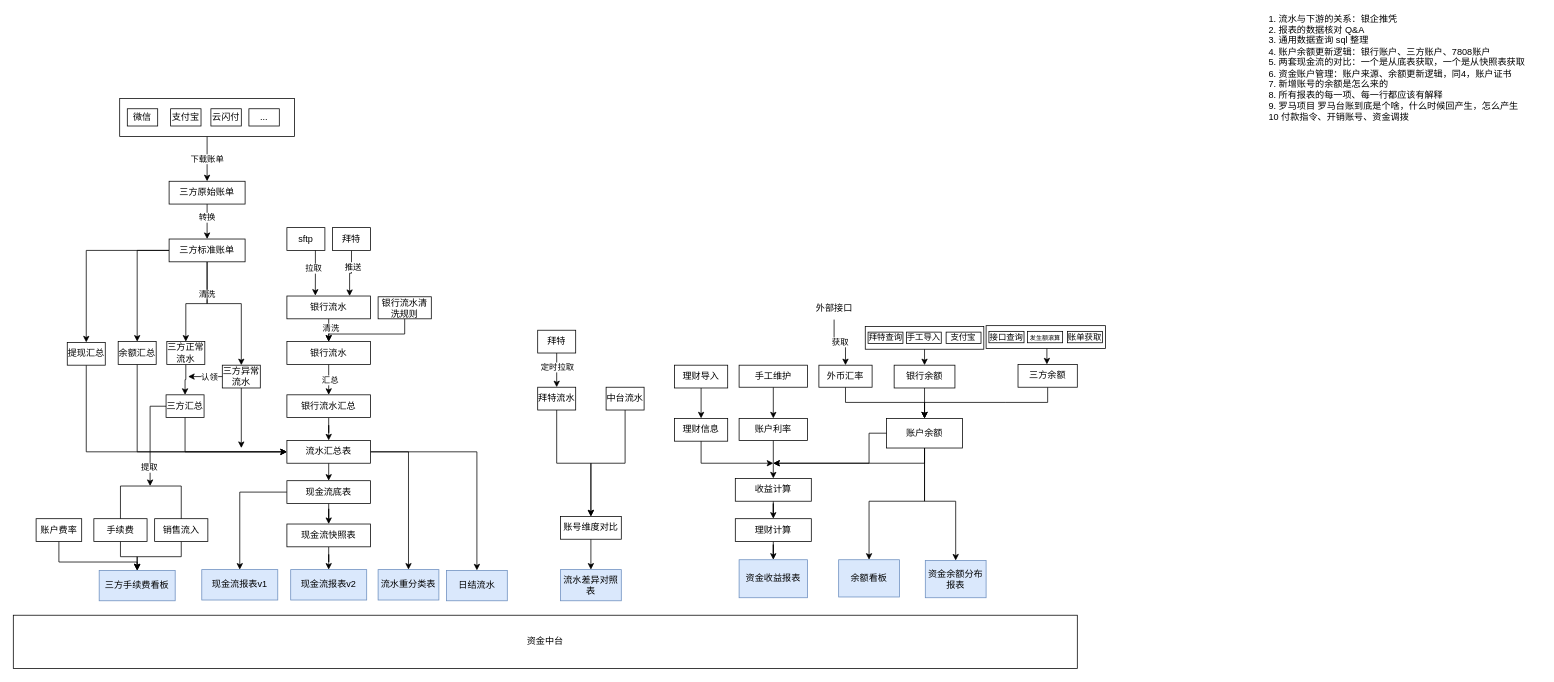
The draw.io diagram page "银行总体概况" (2 of 7) of 流程图/work_bankFlow.drawio in 491705331/personal-notes, before the edit. Source tidied: cells renumbered, new cells numbered last; positions are measured from the earlier drawing's top-left corner, leaving out a move shared by most shapes. Both pictures are drawn from the tidied source at 76%, with x=0, y=0 at pixel (13, 14).
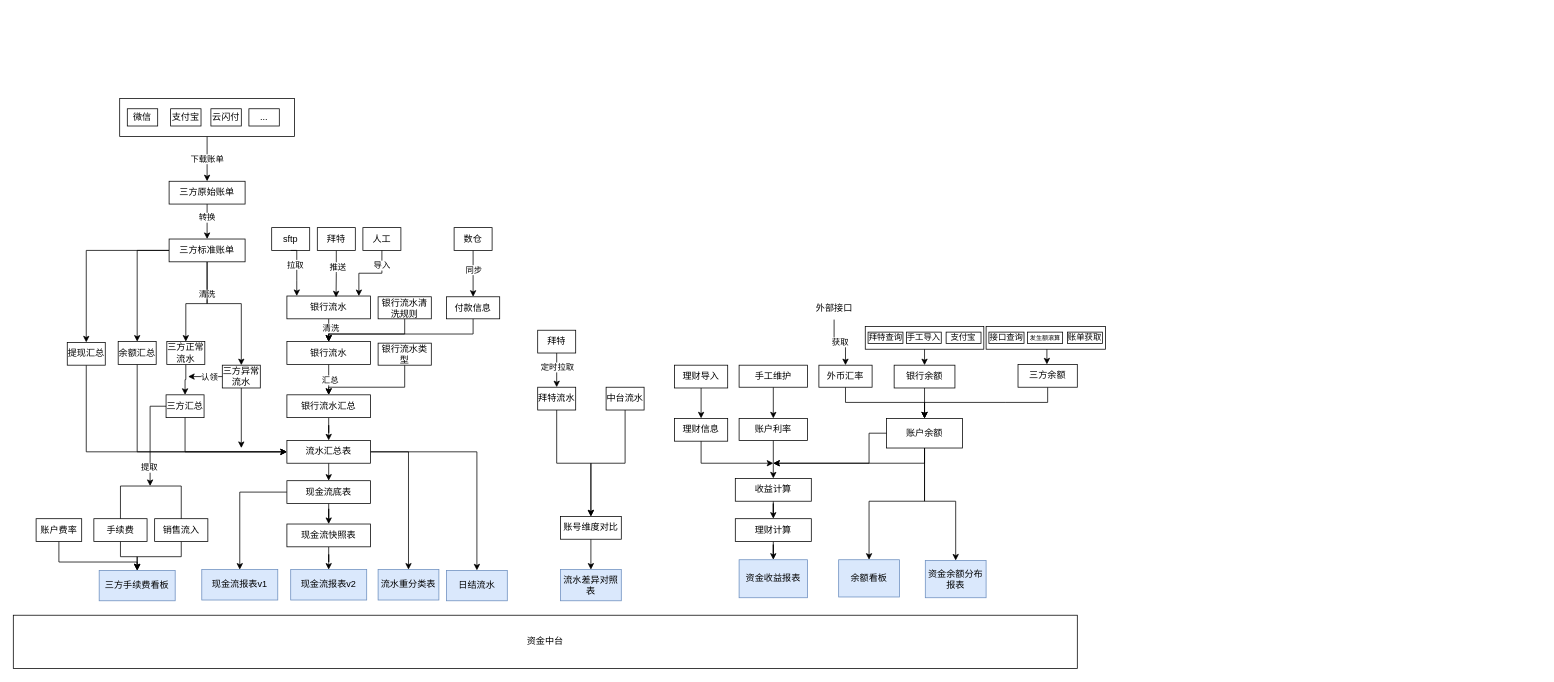
The same diagram, later.

The change refers to these unchanged cells:
```xml
<mxCell id="18" value="银行流水" style="rounded=0;whiteSpace=wrap;html=1;" parent="1" vertex="1">
  <mxGeometry x="360" y="370" width="110" height="30" as="geometry" />
</mxCell>
<mxCell id="42" value="银行流水" style="rounded=0;whiteSpace=wrap;html=1;" parent="1" vertex="1">
  <mxGeometry x="360" y="430" width="110" height="30" as="geometry" />
</mxCell>
<mxCell id="44" value="银行流水汇总" style="rounded=0;whiteSpace=wrap;html=1;" parent="1" vertex="1">
  <mxGeometry x="360" y="500" width="110" height="30" as="geometry" />
</mxCell>
```

Change to the diagram source:
```diff
@@
-    <mxCell id="29" style="edgeStyle=orthogonalEdgeStyle;rounded=0;jettySize=auto;html=1;entryX=0.75;entryY=0;entryDx=0;entryDy=0;" parent="1" edge="1" source="31" target="18">
+    <mxCell id="29" style="edgeStyle=orthogonalEdgeStyle;rounded=0;jettySize=auto;html=1;entryX=0.588;entryY=0.058;entryDx=0;entryDy=0;entryPerimeter=0;" parent="1" edge="1" source="31" target="18">
       <mxGeometry relative="1" as="geometry" />
     </mxCell>
@@
     <mxCell id="31" value="拜特" style="rounded=0;whiteSpace=wrap;html=1;" parent="1" vertex="1">
-      <mxGeometry x="420" y="280" width="50" height="30" as="geometry" />
+      <mxGeometry x="400" y="280" width="50" height="30" as="geometry" />
     </mxCell>
     <mxCell id="32" value="sftp" style="rounded=0;whiteSpace=wrap;html=1;" parent="1" vertex="1">
-      <mxGeometry x="360" y="280" width="50" height="30" as="geometry" />
+      <mxGeometry x="340" y="280" width="50" height="30" as="geometry" />
     </mxCell>
-    <mxCell id="33" style="edgeStyle=orthogonalEdgeStyle;rounded=0;jettySize=auto;html=1;exitX=0.75;exitY=1;exitDx=0;exitDy=0;entryX=0.34;entryY=-0.016;entryDx=0;entryDy=0;entryPerimeter=0;" parent="1" edge="1" source="32" target="18">
-      <mxGeometry relative="1" as="geometry" />
+    <mxCell id="33" style="edgeStyle=orthogonalEdgeStyle;rounded=0;jettySize=auto;html=1;exitX=0.5;exitY=1;exitDx=0;exitDy=0;" parent="1" edge="1" source="32">
+      <mxGeometry relative="1" as="geometry">
+        <mxPoint x="373" y="370" as="targetPoint" />
+        <Array as="points">
+          <mxPoint x="373" y="350" />
+          <mxPoint x="373" y="350" />
+        </Array>
+      </mxGeometry>
     </mxCell>
@@
-    <mxCell id="67" value="1. 流水与下游的关系：银企推凭&lt;div&gt;2. 报表的数据核对 Q&amp;amp;A&lt;/div&gt;&lt;div&gt;3. 通用数据查询 sql 整理&lt;/div&gt;&lt;div&gt;4. 账户余额更新逻辑：银行账户、三方账户、7808账户&lt;/div&gt;&lt;div&gt;5. 两套现金流的对比：一个是从底表获取，一个是从快照表获取&lt;/div&gt;&lt;div&gt;6. 资金账户管理：账户来源、余额更新逻辑，同4，账户证书&lt;/div&gt;&lt;div&gt;7. 新增账号的余额是怎么来的&lt;/div&gt;&lt;div&gt;8. 所有报表的每一项、每一行都应该有解释&lt;/div&gt;&lt;div&gt;9. 罗马项目 罗马台账到底是个啥，什么时候回产生，怎么产生&lt;/div&gt;&lt;div&gt;10 付款指令、开销账号、资金调拨&lt;/div&gt;" style="text;html=1;align=left;verticalAlign=middle;strokeColor=none;fillColor=none;" parent="1" vertex="1">
-      <mxGeometry x="1650" width="360" height="140" as="geometry" />
-    </mxCell>
@@
     <mxCell id="106" style="group;" parent="1" vertex="1">
-      <mxGeometry x="1280" y="409" width="157" height="30" as="geometry" />
+      <mxGeometry x="1280" y="410" width="157" height="30" as="geometry" />
     </mxCell>
@@
+    <mxCell id="121" style="edgeStyle=orthogonalEdgeStyle;rounded=0;jettySize=auto;html=1;entryX=0.5;entryY=0;entryDx=0;entryDy=0;" parent="1" edge="1" source="122" target="44">
+      <mxGeometry relative="1" as="geometry">
+        <Array as="points">
+          <mxPoint x="515" y="490" />
+          <mxPoint x="415" y="490" />
+        </Array>
+      </mxGeometry>
+    </mxCell>
+    <mxCell id="122" value="银行流水类型" style="rounded=0;whiteSpace=wrap;html=1;" parent="1" vertex="1">
+      <mxGeometry x="480" y="432" width="70" height="29" as="geometry" />
+    </mxCell>
+    <mxCell id="123" value="人工" style="rounded=0;whiteSpace=wrap;html=1;" parent="1" vertex="1">
+      <mxGeometry x="460" y="280" width="50" height="30" as="geometry" />
+    </mxCell>
+    <mxCell id="124" value="导入" style="edgeStyle=orthogonalEdgeStyle;rounded=0;jettySize=auto;html=1;entryX=0.861;entryY=0.003;entryDx=0;entryDy=0;entryPerimeter=0;" parent="1" edge="1" source="123" target="18">
+      <mxGeometry x="-0.56" relative="1" as="geometry" />
+    </mxCell>
+    <mxCell id="125" style="edgeStyle=orthogonalEdgeStyle;rounded=0;jettySize=auto;html=1;entryX=0.5;entryY=0;entryDx=0;entryDy=0;" parent="1" edge="1" source="127" target="129">
+      <mxGeometry relative="1" as="geometry" />
+    </mxCell>
+    <mxCell id="126" value="同步" style="edgeLabel;html=1;align=center;verticalAlign=middle;" parent="125" vertex="1">
+      <mxGeometry x="-0.19" relative="1" as="geometry" />
+    </mxCell>
+    <mxCell id="127" value="数仓" style="rounded=0;whiteSpace=wrap;html=1;" parent="1" vertex="1">
+      <mxGeometry x="580" y="280" width="50" height="30" as="geometry" />
+    </mxCell>
+    <mxCell id="128" style="edgeStyle=orthogonalEdgeStyle;rounded=0;jettySize=auto;html=1;entryX=0.5;entryY=0;entryDx=0;entryDy=0;" parent="1" edge="1" source="129" target="42">
+      <mxGeometry relative="1" as="geometry">
+        <Array as="points">
+          <mxPoint x="605" y="420" />
+          <mxPoint x="415" y="420" />
+        </Array>
+      </mxGeometry>
+    </mxCell>
+    <mxCell id="129" value="付款信息" style="rounded=0;whiteSpace=wrap;html=1;" parent="1" vertex="1">
+      <mxGeometry x="570" y="371" width="70" height="29" as="geometry" />
+    </mxCell>
```
